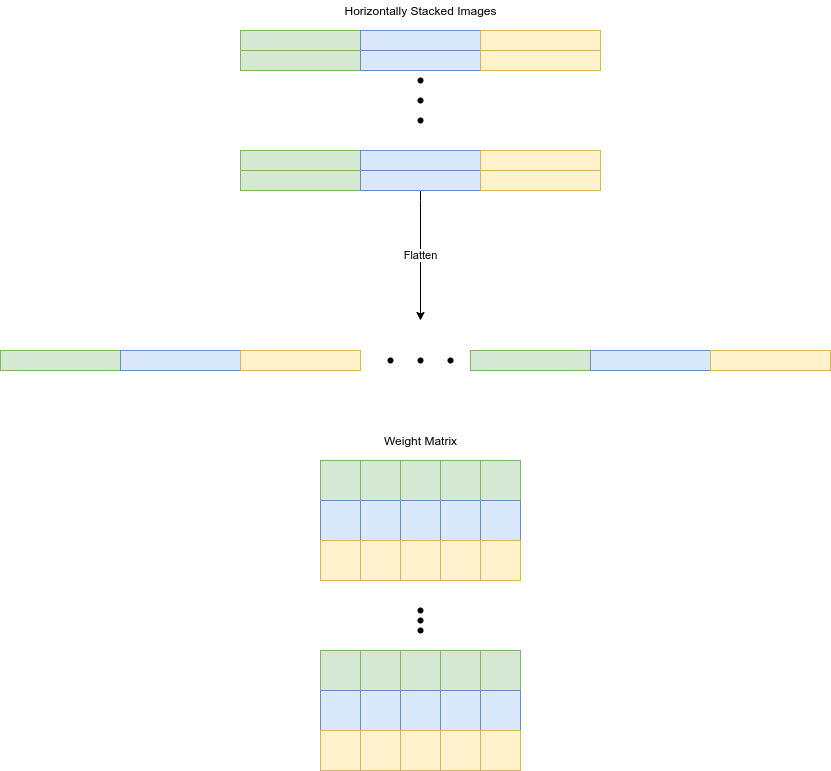
The draw.io diagram figures/B_hidden_rep_process.png in demirbilek95/thesis_writing, before a commit. Source tidied: cells renumbered, new cells last; positions are measured from the earlier drawing's top-left corner, leaving out a move shared by most shapes.
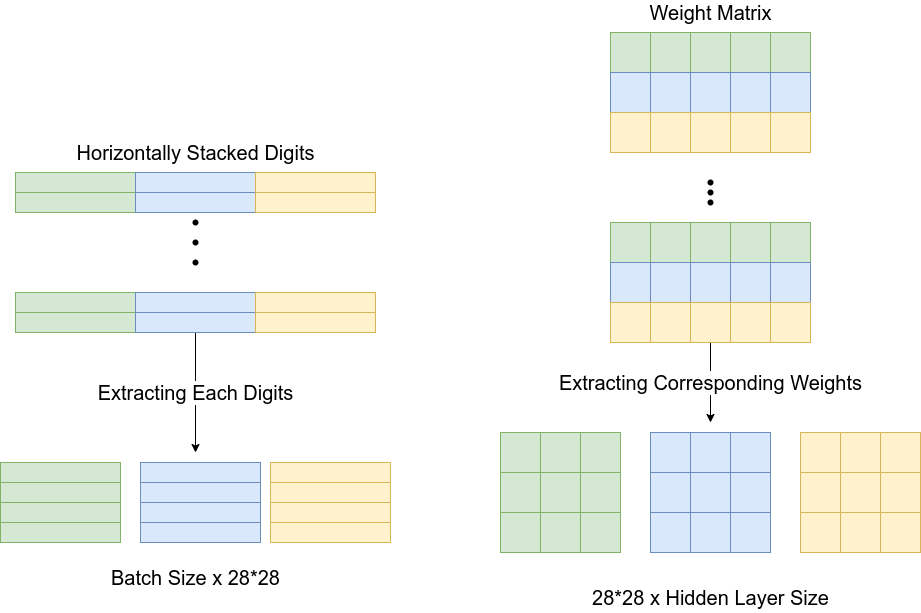
Later version of the same file.

The edit, as a diff of the source:
```diff
@@ -1,94 +1,7 @@
-<mxGraphModel>
+<mxGraphModel background="#ffffff">
   <root>
     <mxCell id="0" />
     <mxCell id="1" parent="0" />
-    <mxCell id="2" style="rounded=0;whiteSpace=wrap;html=1;fillColor=#d5e8d4;strokeColor=#82b366;" parent="1" vertex="1">
-      <mxGeometry x="240" y="30" width="120" height="20" as="geometry" />
-    </mxCell>
-    <mxCell id="3" style="rounded=0;whiteSpace=wrap;html=1;fillColor=#dae8fc;strokeColor=#6c8ebf;" parent="1" vertex="1">
-      <mxGeometry x="360" y="30" width="120" height="20" as="geometry" />
-    </mxCell>
-    <mxCell id="4" style="rounded=0;whiteSpace=wrap;html=1;fillColor=#fff2cc;strokeColor=#d6b656;" parent="1" vertex="1">
-      <mxGeometry x="480" y="30" width="120" height="20" as="geometry" />
-    </mxCell>
-    <mxCell id="5" style="rounded=0;whiteSpace=wrap;html=1;fillColor=#d5e8d4;strokeColor=#82b366;" parent="1" vertex="1">
-      <mxGeometry x="240" y="50" width="120" height="20" as="geometry" />
-    </mxCell>
-    <mxCell id="6" style="rounded=0;whiteSpace=wrap;html=1;fillColor=#dae8fc;strokeColor=#6c8ebf;" parent="1" vertex="1">
-      <mxGeometry x="360" y="50" width="120" height="20" as="geometry" />
-    </mxCell>
-    <mxCell id="7" style="rounded=0;whiteSpace=wrap;html=1;fillColor=#fff2cc;strokeColor=#d6b656;" parent="1" vertex="1">
-      <mxGeometry x="480" y="50" width="120" height="20" as="geometry" />
-    </mxCell>
-    <mxCell id="8" style="rounded=0;whiteSpace=wrap;html=1;fillColor=#d5e8d4;strokeColor=#82b366;" parent="1" vertex="1">
-      <mxGeometry x="240" y="150" width="120" height="20" as="geometry" />
-    </mxCell>
-    <mxCell id="9" style="rounded=0;whiteSpace=wrap;html=1;fillColor=#dae8fc;strokeColor=#6c8ebf;" parent="1" vertex="1">
-      <mxGeometry x="360" y="150" width="120" height="20" as="geometry" />
-    </mxCell>
-    <mxCell id="10" style="rounded=0;whiteSpace=wrap;html=1;fillColor=#fff2cc;strokeColor=#d6b656;" parent="1" vertex="1">
-      <mxGeometry x="480" y="150" width="120" height="20" as="geometry" />
-    </mxCell>
-    <mxCell id="11" style="rounded=0;whiteSpace=wrap;html=1;fillColor=#d5e8d4;strokeColor=#82b366;" parent="1" vertex="1">
-      <mxGeometry x="240" y="170" width="120" height="20" as="geometry" />
-    </mxCell>
-    <mxCell id="12" value="Flatten" style="edgeStyle=orthogonalEdgeStyle;rounded=0;jettySize=auto;html=1;" parent="1" edge="1" source="13">
-      <mxGeometry relative="1" as="geometry">
-        <mxPoint x="420" y="320" as="targetPoint" />
-        <Array as="points">
-          <mxPoint x="420" y="200" />
-          <mxPoint x="420" y="200" />
-        </Array>
-      </mxGeometry>
-    </mxCell>
-    <mxCell id="13" style="rounded=0;whiteSpace=wrap;html=1;fillColor=#dae8fc;strokeColor=#6c8ebf;" parent="1" vertex="1">
-      <mxGeometry x="360" y="170" width="120" height="20" as="geometry" />
-    </mxCell>
-    <mxCell id="14" style="rounded=0;whiteSpace=wrap;html=1;fillColor=#fff2cc;strokeColor=#d6b656;" parent="1" vertex="1">
-      <mxGeometry x="480" y="170" width="120" height="20" as="geometry" />
-    </mxCell>
-    <mxCell id="15" style="shape=waypoint;sketch=0;size=6;fillColor=none;perimeter=centerPerimeter;" parent="1" vertex="1">
-      <mxGeometry x="400" y="60" width="40" height="40" as="geometry" />
-    </mxCell>
-    <mxCell id="16" style="shape=waypoint;sketch=0;size=6;fillColor=none;perimeter=centerPerimeter;" parent="1" vertex="1">
-      <mxGeometry x="400" y="80" width="40" height="40" as="geometry" />
-    </mxCell>
-    <mxCell id="17" style="shape=waypoint;sketch=0;size=6;fillColor=none;perimeter=centerPerimeter;" parent="1" vertex="1">
-      <mxGeometry x="400" y="100" width="40" height="40" as="geometry" />
-    </mxCell>
-    <mxCell id="18" style="rounded=0;whiteSpace=wrap;html=1;labelBackgroundColor=none;labelBorderColor=none;fillColor=#d5e8d4;strokeColor=#82b366;" parent="1" vertex="1">
-      <mxGeometry y="350" width="120" height="20" as="geometry" />
-    </mxCell>
-    <mxCell id="19" style="rounded=0;whiteSpace=wrap;html=1;fillColor=#dae8fc;strokeColor=#6c8ebf;" parent="1" vertex="1">
-      <mxGeometry x="120" y="350" width="120" height="20" as="geometry" />
-    </mxCell>
-    <mxCell id="20" style="shape=waypoint;sketch=0;size=6;fillColor=none;perimeter=centerPerimeter;" parent="1" vertex="1">
-      <mxGeometry x="330" y="340" width="40" height="40" as="geometry" />
-    </mxCell>
-    <mxCell id="21" style="shape=waypoint;sketch=0;size=6;fillColor=none;perimeter=centerPerimeter;" parent="1" vertex="1">
-      <mxGeometry x="400" y="340" width="40" height="40" as="geometry" />
-    </mxCell>
-    <mxCell id="22" style="shape=waypoint;sketch=0;size=6;fillColor=none;perimeter=centerPerimeter;" parent="1" vertex="1">
-      <mxGeometry x="430" y="340" width="40" height="40" as="geometry" />
-    </mxCell>
-    <mxCell id="23" style="rounded=0;whiteSpace=wrap;html=1;fillColor=#d5e8d4;strokeColor=#82b366;" parent="1" vertex="1">
-      <mxGeometry x="470" y="350" width="120" height="20" as="geometry" />
-    </mxCell>
-    <mxCell id="24" style="rounded=0;whiteSpace=wrap;html=1;fillColor=#dae8fc;strokeColor=#6c8ebf;" parent="1" vertex="1">
-      <mxGeometry x="590" y="350" width="120" height="20" as="geometry" />
-    </mxCell>
-    <mxCell id="25" style="rounded=0;whiteSpace=wrap;html=1;fillColor=#fff2cc;strokeColor=#d6b656;" parent="1" vertex="1">
-      <mxGeometry x="240" y="350" width="120" height="20" as="geometry" />
-    </mxCell>
-    <mxCell id="26" style="rounded=0;whiteSpace=wrap;html=1;fillColor=#fff2cc;strokeColor=#d6b656;" parent="1" vertex="1">
-      <mxGeometry x="710" y="350" width="120" height="20" as="geometry" />
-    </mxCell>
-    <mxCell id="27" style="shape=waypoint;sketch=0;size=6;fillColor=none;perimeter=centerPerimeter;" parent="1" vertex="1">
-      <mxGeometry x="370" y="340" width="40" height="40" as="geometry" />
-    </mxCell>
-    <mxCell id="28" value="Horizontally Stacked Images" style="text;html=1;align=center;verticalAlign=middle;strokeColor=none;fillColor=none;fontColor=#000000;" parent="1" vertex="1">
-      <mxGeometry x="335" width="170" height="20" as="geometry" />
-    </mxCell>
     <mxCell id="29" style="whiteSpace=wrap;html=1;labelBackgroundColor=none;labelBorderColor=none;fillColor=#d5e8d4;strokeColor=#82b366;" parent="1" vertex="1">
       <mxGeometry x="320" y="460" width="40" height="40" as="geometry" />
     </mxCell>
@@ -179,6 +92,11 @@
     <mxCell id="58" style="whiteSpace=wrap;html=1;labelBackgroundColor=none;labelBorderColor=none;fillColor=#fff2cc;strokeColor=#d6b656;" parent="1" vertex="1">
       <mxGeometry x="360" y="730" width="40" height="40" as="geometry" />
     </mxCell>
+    <mxCell id="63" value="Extracting Corresponding Weights" style="edgeStyle=orthogonalEdgeStyle;rounded=0;jettySize=auto;html=1;fontSize=20;" parent="1" edge="1" source="59">
+      <mxGeometry relative="1" as="geometry">
+        <mxPoint x="420" y="850" as="targetPoint" />
+      </mxGeometry>
+    </mxCell>
     <mxCell id="59" style="whiteSpace=wrap;html=1;labelBackgroundColor=none;labelBorderColor=none;fillColor=#fff2cc;strokeColor=#d6b656;" parent="1" vertex="1">
       <mxGeometry x="400" y="730" width="40" height="40" as="geometry" />
     </mxCell>
@@ -188,8 +106,184 @@
     <mxCell id="61" style="whiteSpace=wrap;html=1;labelBackgroundColor=none;labelBorderColor=none;fillColor=#fff2cc;strokeColor=#d6b656;" parent="1" vertex="1">
       <mxGeometry x="480" y="730" width="40" height="40" as="geometry" />
     </mxCell>
-    <mxCell id="62" value="Weight Matrix" style="text;html=1;align=center;verticalAlign=middle;strokeColor=none;fillColor=none;fontColor=#000000;" parent="1" vertex="1">
-      <mxGeometry x="375" y="430" width="90" height="20" as="geometry" />
+    <mxCell id="62" value="&lt;font style=&quot;font-size: 20px&quot;&gt;Weight Matrix&lt;/font&gt;" style="text;html=1;align=center;verticalAlign=middle;strokeColor=none;fillColor=none;fontColor=#000000;" parent="1" vertex="1">
+      <mxGeometry x="350" y="430" width="140" height="20" as="geometry" />
     </mxCell>
+    <mxCell id="64" style="rounded=0;whiteSpace=wrap;html=1;fillColor=#d5e8d4;strokeColor=#82b366;" parent="1" vertex="1">
+      <mxGeometry x="-275" y="600" width="120" height="20" as="geometry" />
+    </mxCell>
+    <mxCell id="65" style="rounded=0;whiteSpace=wrap;html=1;fillColor=#dae8fc;strokeColor=#6c8ebf;" parent="1" vertex="1">
+      <mxGeometry x="-155" y="600" width="120" height="20" as="geometry" />
+    </mxCell>
+    <mxCell id="66" style="rounded=0;whiteSpace=wrap;html=1;fillColor=#fff2cc;strokeColor=#d6b656;" parent="1" vertex="1">
+      <mxGeometry x="-35" y="600" width="120" height="20" as="geometry" />
+    </mxCell>
+    <mxCell id="67" style="rounded=0;whiteSpace=wrap;html=1;fillColor=#d5e8d4;strokeColor=#82b366;" parent="1" vertex="1">
+      <mxGeometry x="-275" y="620" width="120" height="20" as="geometry" />
+    </mxCell>
+    <mxCell id="68" style="rounded=0;whiteSpace=wrap;html=1;fillColor=#dae8fc;strokeColor=#6c8ebf;" parent="1" vertex="1">
+      <mxGeometry x="-155" y="620" width="120" height="20" as="geometry" />
+    </mxCell>
+    <mxCell id="69" style="rounded=0;whiteSpace=wrap;html=1;fillColor=#fff2cc;strokeColor=#d6b656;" parent="1" vertex="1">
+      <mxGeometry x="-35" y="620" width="120" height="20" as="geometry" />
+    </mxCell>
+    <mxCell id="70" style="rounded=0;whiteSpace=wrap;html=1;fillColor=#d5e8d4;strokeColor=#82b366;" parent="1" vertex="1">
+      <mxGeometry x="-275" y="720" width="120" height="20" as="geometry" />
+    </mxCell>
+    <mxCell id="71" style="rounded=0;whiteSpace=wrap;html=1;fillColor=#dae8fc;strokeColor=#6c8ebf;" parent="1" vertex="1">
+      <mxGeometry x="-155" y="720" width="120" height="20" as="geometry" />
+    </mxCell>
+    <mxCell id="72" style="rounded=0;whiteSpace=wrap;html=1;fillColor=#fff2cc;strokeColor=#d6b656;" parent="1" vertex="1">
+      <mxGeometry x="-35" y="720" width="120" height="20" as="geometry" />
+    </mxCell>
+    <mxCell id="73" style="rounded=0;whiteSpace=wrap;html=1;fillColor=#d5e8d4;strokeColor=#82b366;" parent="1" vertex="1">
+      <mxGeometry x="-275" y="740" width="120" height="20" as="geometry" />
+    </mxCell>
+    <mxCell id="74" value="&lt;font style=&quot;font-size: 20px&quot;&gt;Extracting Each Digits&lt;/font&gt;" style="edgeStyle=orthogonalEdgeStyle;rounded=0;jettySize=auto;html=1;" parent="1" edge="1" source="75">
+      <mxGeometry relative="1" as="geometry">
+        <mxPoint x="-95" y="880" as="targetPoint" />
+      </mxGeometry>
+    </mxCell>
+    <mxCell id="75" style="rounded=0;whiteSpace=wrap;html=1;fillColor=#dae8fc;strokeColor=#6c8ebf;" parent="1" vertex="1">
+      <mxGeometry x="-155" y="740" width="120" height="20" as="geometry" />
+    </mxCell>
+    <mxCell id="76" style="rounded=0;whiteSpace=wrap;html=1;fillColor=#fff2cc;strokeColor=#d6b656;" parent="1" vertex="1">
+      <mxGeometry x="-35" y="740" width="120" height="20" as="geometry" />
+    </mxCell>
+    <mxCell id="77" style="shape=waypoint;sketch=0;size=6;fillColor=none;perimeter=centerPerimeter;" parent="1" vertex="1">
+      <mxGeometry x="-115" y="630" width="40" height="40" as="geometry" />
+    </mxCell>
+    <mxCell id="78" style="shape=waypoint;sketch=0;size=6;fillColor=none;perimeter=centerPerimeter;" parent="1" vertex="1">
+      <mxGeometry x="-115" y="650" width="40" height="40" as="geometry" />
+    </mxCell>
+    <mxCell id="79" style="shape=waypoint;sketch=0;size=6;fillColor=none;perimeter=centerPerimeter;" parent="1" vertex="1">
+      <mxGeometry x="-115" y="670" width="40" height="40" as="geometry" />
+    </mxCell>
+    <mxCell id="80" value="&lt;font style=&quot;font-size: 20px&quot;&gt;Horizontally Stacked Digits&lt;/font&gt;" style="text;html=1;align=center;verticalAlign=middle;strokeColor=none;fillColor=none;fontColor=#000000;" parent="1" vertex="1">
+      <mxGeometry x="-220" y="570" width="250" height="20" as="geometry" />
+    </mxCell>
+    <mxCell id="81" style="rounded=0;whiteSpace=wrap;html=1;fillColor=#d5e8d4;strokeColor=#82b366;" parent="1" vertex="1">
+      <mxGeometry x="-290" y="890" width="120" height="20" as="geometry" />
+    </mxCell>
+    <mxCell id="82" style="rounded=0;whiteSpace=wrap;html=1;fillColor=#d5e8d4;strokeColor=#82b366;" parent="1" vertex="1">
+      <mxGeometry x="-290" y="910" width="120" height="20" as="geometry" />
+    </mxCell>
+    <mxCell id="83" style="rounded=0;whiteSpace=wrap;html=1;fillColor=#d5e8d4;strokeColor=#82b366;" parent="1" vertex="1">
+      <mxGeometry x="-290" y="930" width="120" height="20" as="geometry" />
+    </mxCell>
+    <mxCell id="84" style="rounded=0;whiteSpace=wrap;html=1;fillColor=#d5e8d4;strokeColor=#82b366;" parent="1" vertex="1">
+      <mxGeometry x="-290" y="950" width="120" height="20" as="geometry" />
+    </mxCell>
+    <mxCell id="85" style="rounded=0;whiteSpace=wrap;html=1;fillColor=#dae8fc;strokeColor=#6c8ebf;" parent="1" vertex="1">
+      <mxGeometry x="-150" y="890" width="120" height="20" as="geometry" />
+    </mxCell>
+    <mxCell id="86" style="rounded=0;whiteSpace=wrap;html=1;fillColor=#dae8fc;strokeColor=#6c8ebf;" parent="1" vertex="1">
+      <mxGeometry x="-150" y="910" width="120" height="20" as="geometry" />
+    </mxCell>
+    <mxCell id="87" style="rounded=0;whiteSpace=wrap;html=1;fillColor=#dae8fc;strokeColor=#6c8ebf;" parent="1" vertex="1">
+      <mxGeometry x="-150" y="930" width="120" height="20" as="geometry" />
+    </mxCell>
+    <mxCell id="88" style="rounded=0;whiteSpace=wrap;html=1;fillColor=#dae8fc;strokeColor=#6c8ebf;" parent="1" vertex="1">
+      <mxGeometry x="-150" y="950" width="120" height="20" as="geometry" />
+    </mxCell>
+    <mxCell id="89" style="rounded=0;whiteSpace=wrap;html=1;fillColor=#fff2cc;strokeColor=#d6b656;" parent="1" vertex="1">
+      <mxGeometry x="-20" y="890" width="120" height="20" as="geometry" />
+    </mxCell>
+    <mxCell id="90" style="rounded=0;whiteSpace=wrap;html=1;fillColor=#fff2cc;strokeColor=#d6b656;" parent="1" vertex="1">
+      <mxGeometry x="-20" y="910" width="120" height="20" as="geometry" />
+    </mxCell>
+    <mxCell id="91" style="rounded=0;whiteSpace=wrap;html=1;fillColor=#fff2cc;strokeColor=#d6b656;" parent="1" vertex="1">
+      <mxGeometry x="-20" y="930" width="120" height="20" as="geometry" />
+    </mxCell>
+    <mxCell id="92" style="rounded=0;whiteSpace=wrap;html=1;fillColor=#fff2cc;strokeColor=#d6b656;" parent="1" vertex="1">
+      <mxGeometry x="-20" y="950" width="120" height="20" as="geometry" />
+    </mxCell>
+    <mxCell id="93" style="whiteSpace=wrap;html=1;labelBackgroundColor=none;labelBorderColor=none;fillColor=#d5e8d4;strokeColor=#82b366;" parent="1" vertex="1">
+      <mxGeometry x="210" y="860" width="40" height="40" as="geometry" />
+    </mxCell>
+    <mxCell id="94" style="whiteSpace=wrap;html=1;labelBackgroundColor=none;labelBorderColor=none;fillColor=#d5e8d4;strokeColor=#82b366;" parent="1" vertex="1">
+      <mxGeometry x="250" y="860" width="40" height="40" as="geometry" />
+    </mxCell>
+    <mxCell id="95" style="whiteSpace=wrap;html=1;labelBackgroundColor=none;labelBorderColor=none;fillColor=#d5e8d4;strokeColor=#82b366;" parent="1" vertex="1">
+      <mxGeometry x="290" y="860" width="40" height="40" as="geometry" />
+    </mxCell>
+    <mxCell id="96" style="whiteSpace=wrap;html=1;labelBackgroundColor=none;labelBorderColor=none;fillColor=#d5e8d4;strokeColor=#82b366;" parent="1" vertex="1">
+      <mxGeometry x="210" y="900" width="40" height="40" as="geometry" />
+    </mxCell>
+    <mxCell id="97" style="whiteSpace=wrap;html=1;labelBackgroundColor=none;labelBorderColor=none;fillColor=#d5e8d4;strokeColor=#82b366;" parent="1" vertex="1">
+      <mxGeometry x="250" y="900" width="40" height="40" as="geometry" />
+    </mxCell>
+    <mxCell id="98" style="whiteSpace=wrap;html=1;labelBackgroundColor=none;labelBorderColor=none;fillColor=#d5e8d4;strokeColor=#82b366;" parent="1" vertex="1">
+      <mxGeometry x="290" y="900" width="40" height="40" as="geometry" />
+    </mxCell>
+    <mxCell id="99" style="whiteSpace=wrap;html=1;labelBackgroundColor=none;labelBorderColor=none;fillColor=#d5e8d4;strokeColor=#82b366;" parent="1" vertex="1">
+      <mxGeometry x="210" y="940" width="40" height="40" as="geometry" />
+    </mxCell>
+    <mxCell id="100" style="whiteSpace=wrap;html=1;labelBackgroundColor=none;labelBorderColor=none;fillColor=#d5e8d4;strokeColor=#82b366;" parent="1" vertex="1">
+      <mxGeometry x="250" y="940" width="40" height="40" as="geometry" />
+    </mxCell>
+    <mxCell id="101" style="whiteSpace=wrap;html=1;labelBackgroundColor=none;labelBorderColor=none;fillColor=#d5e8d4;strokeColor=#82b366;" parent="1" vertex="1">
+      <mxGeometry x="290" y="940" width="40" height="40" as="geometry" />
+    </mxCell>
+    <mxCell id="102" value="Batch Size x 28*28" style="text;html=1;align=center;verticalAlign=middle;strokeColor=none;fillColor=none;fontSize=20;" parent="1" vertex="1">
+      <mxGeometry x="-185" y="990" width="180" height="30" as="geometry" />
+    </mxCell>
+    <mxCell id="103" style="whiteSpace=wrap;html=1;labelBackgroundColor=none;labelBorderColor=none;fillColor=#dae8fc;strokeColor=#6c8ebf;" parent="1" vertex="1">
+      <mxGeometry x="360" y="860" width="40" height="40" as="geometry" />
+    </mxCell>
+    <mxCell id="104" style="whiteSpace=wrap;html=1;labelBackgroundColor=none;labelBorderColor=none;fillColor=#dae8fc;strokeColor=#6c8ebf;" parent="1" vertex="1">
+      <mxGeometry x="400" y="860" width="40" height="40" as="geometry" />
+    </mxCell>
+    <mxCell id="105" style="whiteSpace=wrap;html=1;labelBackgroundColor=none;labelBorderColor=none;fillColor=#dae8fc;strokeColor=#6c8ebf;" parent="1" vertex="1">
+      <mxGeometry x="440" y="860" width="40" height="40" as="geometry" />
+    </mxCell>
+    <mxCell id="106" style="whiteSpace=wrap;html=1;labelBackgroundColor=none;labelBorderColor=none;fillColor=#dae8fc;strokeColor=#6c8ebf;" parent="1" vertex="1">
+      <mxGeometry x="360" y="900" width="40" height="40" as="geometry" />
+    </mxCell>
+    <mxCell id="107" style="whiteSpace=wrap;html=1;labelBackgroundColor=none;labelBorderColor=none;fillColor=#dae8fc;strokeColor=#6c8ebf;" parent="1" vertex="1">
+      <mxGeometry x="400" y="900" width="40" height="40" as="geometry" />
+    </mxCell>
+    <mxCell id="108" style="whiteSpace=wrap;html=1;labelBackgroundColor=none;labelBorderColor=none;fillColor=#dae8fc;strokeColor=#6c8ebf;" parent="1" vertex="1">
+      <mxGeometry x="440" y="900" width="40" height="40" as="geometry" />
+    </mxCell>
+    <mxCell id="109" style="whiteSpace=wrap;html=1;labelBackgroundColor=none;labelBorderColor=none;fillColor=#dae8fc;strokeColor=#6c8ebf;" parent="1" vertex="1">
+      <mxGeometry x="360" y="940" width="40" height="40" as="geometry" />
+    </mxCell>
+    <mxCell id="110" style="whiteSpace=wrap;html=1;labelBackgroundColor=none;labelBorderColor=none;fillColor=#dae8fc;strokeColor=#6c8ebf;" parent="1" vertex="1">
+      <mxGeometry x="400" y="940" width="40" height="40" as="geometry" />
+    </mxCell>
+    <mxCell id="111" style="whiteSpace=wrap;html=1;labelBackgroundColor=none;labelBorderColor=none;fillColor=#dae8fc;strokeColor=#6c8ebf;" parent="1" vertex="1">
+      <mxGeometry x="440" y="940" width="40" height="40" as="geometry" />
+    </mxCell>
+    <mxCell id="112" style="whiteSpace=wrap;html=1;labelBackgroundColor=none;labelBorderColor=none;fillColor=#fff2cc;strokeColor=#d6b656;" parent="1" vertex="1">
+      <mxGeometry x="510" y="860" width="40" height="40" as="geometry" />
+    </mxCell>
+    <mxCell id="113" style="whiteSpace=wrap;html=1;labelBackgroundColor=none;labelBorderColor=none;fillColor=#fff2cc;strokeColor=#d6b656;" parent="1" vertex="1">
+      <mxGeometry x="550" y="860" width="40" height="40" as="geometry" />
+    </mxCell>
+    <mxCell id="114" style="whiteSpace=wrap;html=1;labelBackgroundColor=none;labelBorderColor=none;fillColor=#fff2cc;strokeColor=#d6b656;" parent="1" vertex="1">
+      <mxGeometry x="590" y="860" width="40" height="40" as="geometry" />
+    </mxCell>
+    <mxCell id="115" style="whiteSpace=wrap;html=1;labelBackgroundColor=none;labelBorderColor=none;fillColor=#fff2cc;strokeColor=#d6b656;" parent="1" vertex="1">
+      <mxGeometry x="510" y="900" width="40" height="40" as="geometry" />
+    </mxCell>
+    <mxCell id="116" style="whiteSpace=wrap;html=1;labelBackgroundColor=none;labelBorderColor=none;fillColor=#fff2cc;strokeColor=#d6b656;" parent="1" vertex="1">
+      <mxGeometry x="550" y="900" width="40" height="40" as="geometry" />
+    </mxCell>
+    <mxCell id="117" style="whiteSpace=wrap;html=1;labelBackgroundColor=none;labelBorderColor=none;fillColor=#fff2cc;strokeColor=#d6b656;" parent="1" vertex="1">
+      <mxGeometry x="590" y="900" width="40" height="40" as="geometry" />
+    </mxCell>
+    <mxCell id="118" style="whiteSpace=wrap;html=1;labelBackgroundColor=none;labelBorderColor=none;fillColor=#fff2cc;strokeColor=#d6b656;" parent="1" vertex="1">
+      <mxGeometry x="510" y="940" width="40" height="40" as="geometry" />
+    </mxCell>
+    <mxCell id="119" style="whiteSpace=wrap;html=1;labelBackgroundColor=none;labelBorderColor=none;fillColor=#fff2cc;strokeColor=#d6b656;" parent="1" vertex="1">
+      <mxGeometry x="550" y="940" width="40" height="40" as="geometry" />
+    </mxCell>
+    <mxCell id="120" style="whiteSpace=wrap;html=1;labelBackgroundColor=none;labelBorderColor=none;fillColor=#fff2cc;strokeColor=#d6b656;" parent="1" vertex="1">
+      <mxGeometry x="590" y="940" width="40" height="40" as="geometry" />
+    </mxCell>
+    <mxCell id="121" value="28*28 x Hidden Layer Size" style="text;html=1;align=center;verticalAlign=middle;strokeColor=none;fillColor=none;fontSize=20;" parent="1" vertex="1">
+      <mxGeometry x="295" y="1010" width="250" height="30" as="geometry" />
+    </mxCell>
   </root>
 </mxGraphModel>
```
